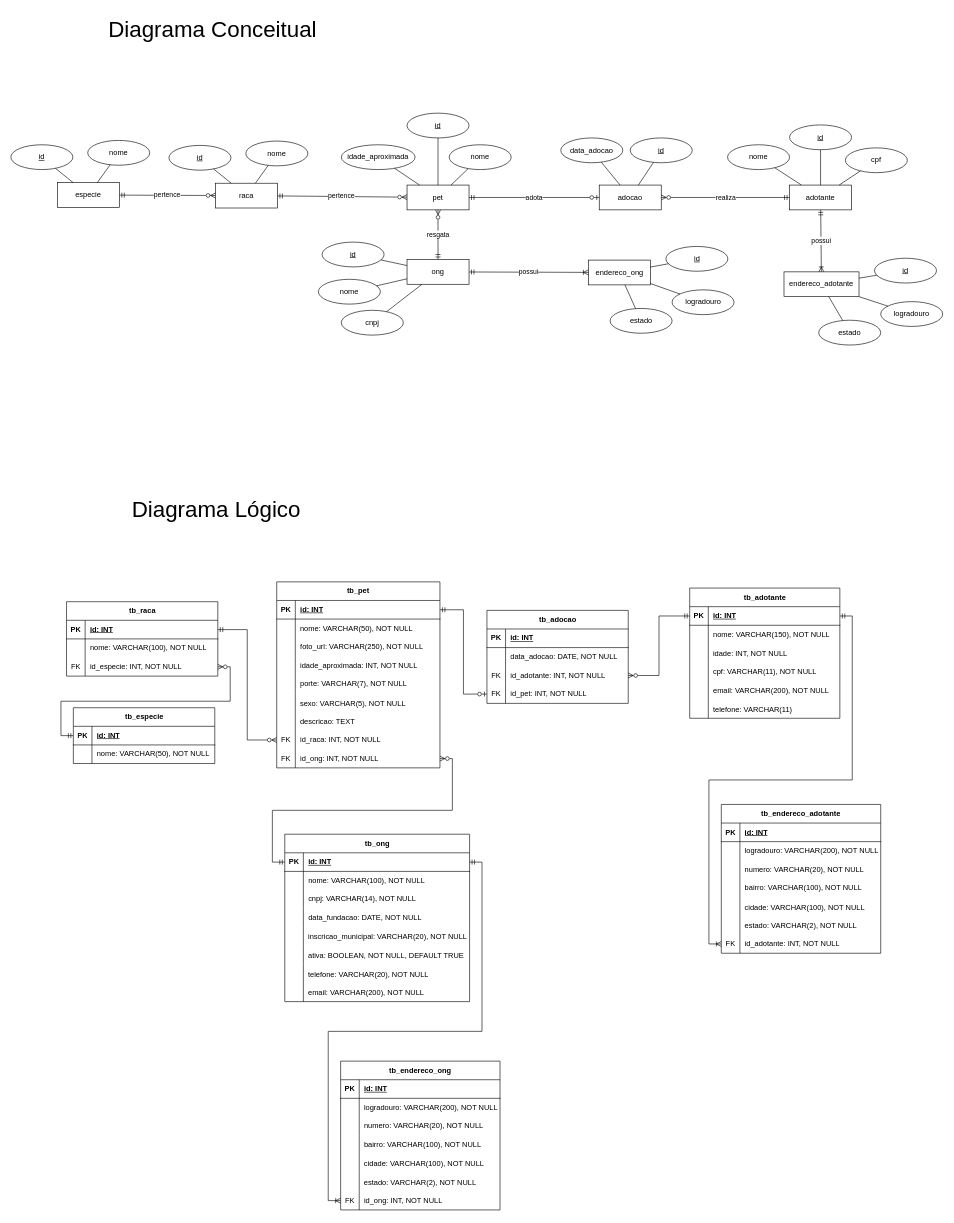
This is database/diagramas.drawio from zNathan2303/adocao-pets-spring-boot, a draw.io file, before an edit. Source tidied: cells renumbered, new cells numbered last; positions are measured from the earlier drawing's top-left corner, leaving out a move shared by most shapes. Both pictures are drawn from the tidied source at 62%, with x=0, y=0 at pixel (11, 11).
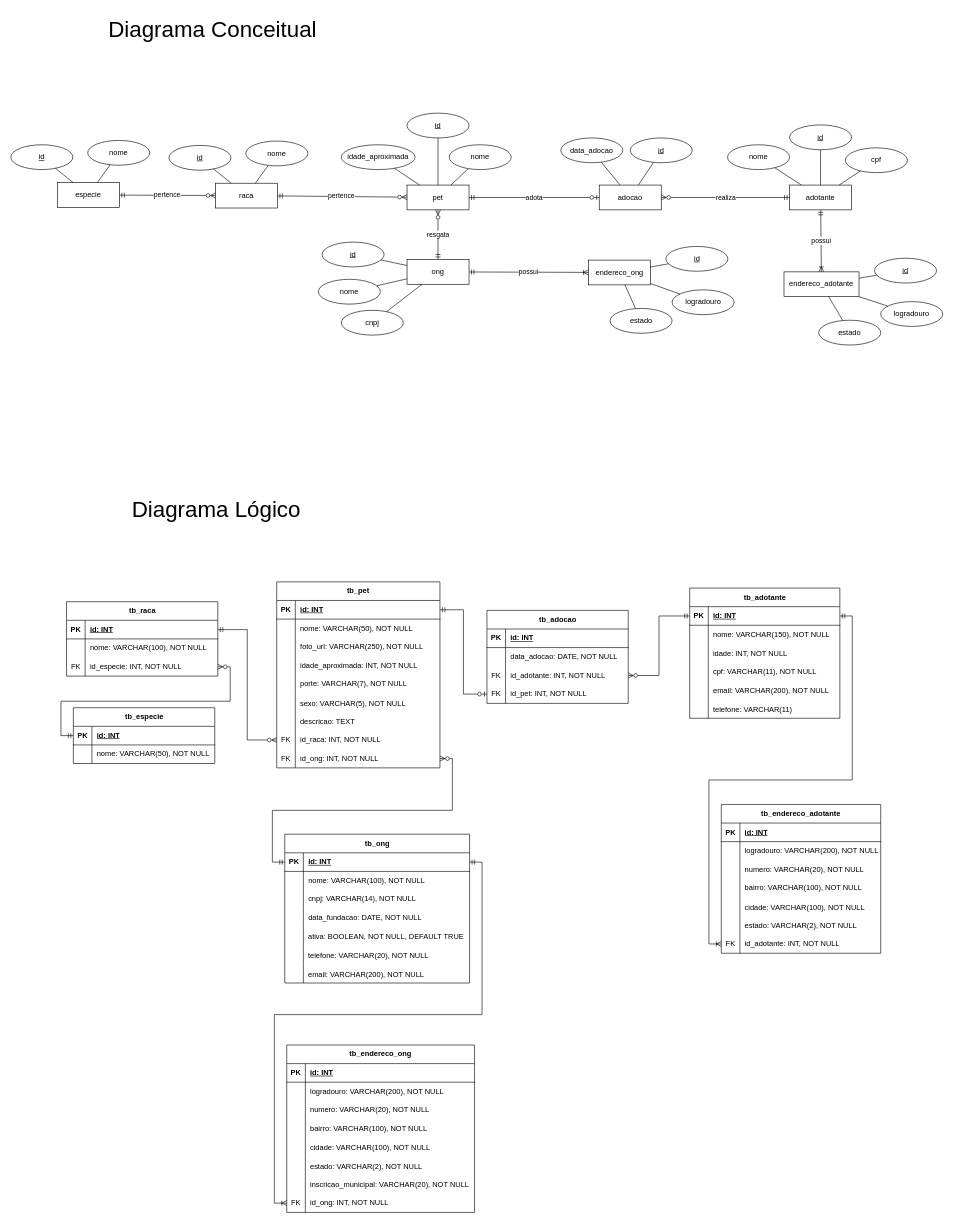
After the change.

Commit message (it also covers changes not shown here):
script SQL para criar as tabelas no MySQL

The change refers to these unchanged cells:
```xml
<mxCell id="103" style="shape=tableRow;horizontal=0;startSize=0;swimlaneHead=0;swimlaneBody=0;fillColor=none;points=[[0,0.5],[1,0.5]];portConstraint=eastwest;top=0;left=0;right=0;bottom=1;" parent="102" vertex="1">
  <mxGeometry y="30" width="298.1" height="30" as="geometry" />
</mxCell>
```

What changed in the source:
```diff
@@
     <mxCell id="102" value="tb_ong" style="shape=table;startSize=30;childLayout=tableLayout;rowLines=0;fontStyle=1;align=center;html=1;" parent="1" vertex="1">
-      <mxGeometry x="441.8" y="1328" width="298.1" height="270" as="geometry" />
+      <mxGeometry x="441.8" y="1328" width="298.1" height="240" as="geometry" />
     </mxCell>
@@
-    <mxCell id="115" style="shape=tableRow;horizontal=0;startSize=0;swimlaneHead=0;swimlaneBody=0;fillColor=none;top=0;left=0;right=0;bottom=0;" parent="102" vertex="1">
-      <mxGeometry y="150" width="298.1" height="30" as="geometry" />
-    </mxCell>
-    <mxCell id="116" style="shape=partialRectangle;fillColor=none;top=0;left=0;bottom=0;right=0;overflow=hidden;" parent="115" vertex="1">
-      <mxGeometry width="30" height="30" as="geometry" />
-    </mxCell>
-    <mxCell id="117" value="inscricao_municipal: VARCHAR(20), NOT NULL" style="shape=partialRectangle;fillColor=none;top=0;left=0;bottom=0;right=0;align=left;spacingLeft=6;overflow=hidden;" parent="115" vertex="1">
-      <mxGeometry x="30" width="268.1" height="30" as="geometry" />
-    </mxCell>
     <mxCell id="118" style="shape=tableRow;horizontal=0;startSize=0;swimlaneHead=0;swimlaneBody=0;fillColor=none;top=0;left=0;right=0;bottom=0;" parent="102" vertex="1">
-      <mxGeometry y="180" width="298.1" height="30" as="geometry" />
+      <mxGeometry y="150" width="298.1" height="30" as="geometry" />
     </mxCell>
@@
     <mxCell id="121" style="shape=tableRow;horizontal=0;startSize=0;swimlaneHead=0;swimlaneBody=0;fillColor=none;top=0;left=0;right=0;bottom=0;" parent="102" vertex="1">
-      <mxGeometry y="210" width="298.1" height="30" as="geometry" />
+      <mxGeometry y="180" width="298.1" height="30" as="geometry" />
     </mxCell>
@@
     <mxCell id="124" style="shape=tableRow;horizontal=0;startSize=0;swimlaneHead=0;swimlaneBody=0;fillColor=none;top=0;left=0;right=0;bottom=0;" parent="102" vertex="1">
-      <mxGeometry y="240" width="298.1" height="30" as="geometry" />
+      <mxGeometry y="210" width="298.1" height="30" as="geometry" />
     </mxCell>
@@
     <mxCell id="151" value="tb_endereco_ong" style="shape=table;startSize=30;childLayout=tableLayout;rowLines=0;fontStyle=1;align=center;html=1;" parent="1" vertex="1">
-      <mxGeometry x="531.9" y="1694" width="257.1" height="240" as="geometry" />
+      <mxGeometry x="445" y="1668" width="302.9" height="270" as="geometry" />
     </mxCell>
     <mxCell id="152" style="shape=tableRow;horizontal=0;startSize=0;swimlaneHead=0;swimlaneBody=0;fillColor=none;top=0;left=0;right=0;bottom=1;" parent="151" vertex="1">
-      <mxGeometry y="30" width="257.1" height="30" as="geometry" />
+      <mxGeometry y="30" width="302.9" height="30" as="geometry" />
     </mxCell>
@@
     <mxCell id="154" value="id: INT" style="shape=partialRectangle;fillColor=none;top=0;left=0;bottom=0;right=0;align=left;spacingLeft=6;fontStyle=5;overflow=hidden;whiteSpace=wrap;html=1;" parent="152" vertex="1">
-      <mxGeometry x="30" width="227.1" height="30" as="geometry" />
+      <mxGeometry x="30" width="272.9" height="30" as="geometry" />
     </mxCell>
     <mxCell id="155" style="shape=tableRow;horizontal=0;startSize=0;swimlaneHead=0;swimlaneBody=0;fillColor=none;top=0;left=0;right=0;bottom=0;" parent="151" vertex="1">
-      <mxGeometry y="60" width="257.1" height="30" as="geometry" />
+      <mxGeometry y="60" width="302.9" height="30" as="geometry" />
     </mxCell>
@@
     <mxCell id="157" value="logradouro: VARCHAR(200), NOT NULL" style="shape=partialRectangle;fillColor=none;top=0;left=0;bottom=0;right=0;align=left;spacingLeft=6;overflow=hidden;whiteSpace=wrap;html=1;" parent="155" vertex="1">
-      <mxGeometry x="30" width="227.1" height="30" as="geometry" />
+      <mxGeometry x="30" width="272.9" height="30" as="geometry" />
     </mxCell>
     <mxCell id="158" style="shape=tableRow;horizontal=0;startSize=0;swimlaneHead=0;swimlaneBody=0;fillColor=none;top=0;left=0;right=0;bottom=0;" parent="151" vertex="1">
-      <mxGeometry y="90" width="257.1" height="30" as="geometry" />
+      <mxGeometry y="90" width="302.9" height="30" as="geometry" />
     </mxCell>
@@
     <mxCell id="160" value="numero: VARCHAR(20), NOT NULL" style="shape=partialRectangle;fillColor=none;top=0;left=0;bottom=0;right=0;align=left;spacingLeft=6;overflow=hidden;whiteSpace=wrap;html=1;" parent="158" vertex="1">
-      <mxGeometry x="30" width="227.1" height="30" as="geometry" />
+      <mxGeometry x="30" width="272.9" height="30" as="geometry" />
     </mxCell>
     <mxCell id="161" style="shape=tableRow;horizontal=0;startSize=0;swimlaneHead=0;swimlaneBody=0;fillColor=none;top=0;left=0;right=0;bottom=0;" parent="151" vertex="1">
-      <mxGeometry y="120" width="257.1" height="30" as="geometry" />
+      <mxGeometry y="120" width="302.9" height="30" as="geometry" />
     </mxCell>
@@
     <mxCell id="163" value="bairro: VARCHAR(100), NOT NULL" style="shape=partialRectangle;fillColor=none;top=0;left=0;bottom=0;right=0;align=left;spacingLeft=6;overflow=hidden;whiteSpace=wrap;html=1;" parent="161" vertex="1">
-      <mxGeometry x="30" width="227.1" height="30" as="geometry" />
+      <mxGeometry x="30" width="272.9" height="30" as="geometry" />
     </mxCell>
     <mxCell id="164" style="shape=tableRow;horizontal=0;startSize=0;swimlaneHead=0;swimlaneBody=0;fillColor=none;top=0;left=0;right=0;bottom=0;" parent="151" vertex="1">
-      <mxGeometry y="150" width="257.1" height="30" as="geometry" />
+      <mxGeometry y="150" width="302.9" height="30" as="geometry" />
     </mxCell>
@@
     <mxCell id="166" value="cidade: VARCHAR(100), NOT NULL" style="shape=partialRectangle;fillColor=none;top=0;left=0;bottom=0;right=0;align=left;spacingLeft=6;overflow=hidden;" parent="164" vertex="1">
-      <mxGeometry x="30" width="227.1" height="30" as="geometry" />
+      <mxGeometry x="30" width="272.9" height="30" as="geometry" />
     </mxCell>
     <mxCell id="167" style="shape=tableRow;horizontal=0;startSize=0;swimlaneHead=0;swimlaneBody=0;fillColor=none;top=0;left=0;right=0;bottom=0;" parent="151" vertex="1">
-      <mxGeometry y="180" width="257.1" height="30" as="geometry" />
+      <mxGeometry y="180" width="302.9" height="30" as="geometry" />
     </mxCell>
@@
     <mxCell id="169" value="estado: VARCHAR(2), NOT NULL" style="shape=partialRectangle;fillColor=none;top=0;left=0;bottom=0;right=0;align=left;spacingLeft=6;overflow=hidden;" parent="167" vertex="1">
-      <mxGeometry x="30" width="227.1" height="30" as="geometry" />
+      <mxGeometry x="30" width="272.9" height="30" as="geometry" />
     </mxCell>
+    <mxCell id="214" style="shape=tableRow;horizontal=0;startSize=0;swimlaneHead=0;swimlaneBody=0;fillColor=none;top=0;left=0;right=0;bottom=0;" parent="151" vertex="1">
+      <mxGeometry y="210" width="302.9" height="30" as="geometry" />
+    </mxCell>
+    <mxCell id="116" style="shape=partialRectangle;fillColor=none;top=0;left=0;bottom=0;right=0;overflow=hidden;" parent="214" vertex="1">
+      <mxGeometry width="30" height="30" as="geometry" />
+    </mxCell>
+    <mxCell id="117" value="inscricao_municipal: VARCHAR(20), NOT NULL" style="shape=partialRectangle;fillColor=none;top=0;left=0;bottom=0;right=0;align=left;spacingLeft=6;overflow=hidden;" parent="214" vertex="1">
+      <mxGeometry x="30" width="272.9" height="30" as="geometry" />
+    </mxCell>
     <mxCell id="170" style="shape=tableRow;horizontal=0;startSize=0;swimlaneHead=0;swimlaneBody=0;fillColor=none;points=[[0,0.5],[1,0.5]];portConstraint=eastwest;top=0;left=0;right=0;bottom=0;" parent="151" vertex="1">
-      <mxGeometry y="210" width="257.1" height="30" as="geometry" />
+      <mxGeometry y="240" width="302.9" height="30" as="geometry" />
     </mxCell>
@@
     <mxCell id="172" value="id_ong: INT, NOT NULL" style="shape=partialRectangle;fillColor=none;top=0;left=0;bottom=0;right=0;align=left;spacingLeft=6;fontStyle=0;overflow=hidden;whiteSpace=wrap;html=1;" parent="170" vertex="1">
-      <mxGeometry x="30" width="227.1" height="30" as="geometry" />
+      <mxGeometry x="30" width="272.9" height="30" as="geometry" />
     </mxCell>
@@
     <mxCell id="211" style="edgeStyle=orthogonalEdgeStyle;rounded=0;jettySize=auto;html=1;endArrow=ERmandOne;endFill=0;startArrow=ERoneToMany;startFill=0;" parent="1" edge="1" source="170" target="103">
-      <mxGeometry relative="1" as="geometry" />
+      <mxGeometry relative="1" as="geometry">
+        <Array as="points">
+          <mxPoint x="425" y="1923" />
+          <mxPoint x="425" y="1619" />
+          <mxPoint x="760" y="1619" />
+          <mxPoint x="760" y="1373" />
+        </Array>
+      </mxGeometry>
     </mxCell>
```
